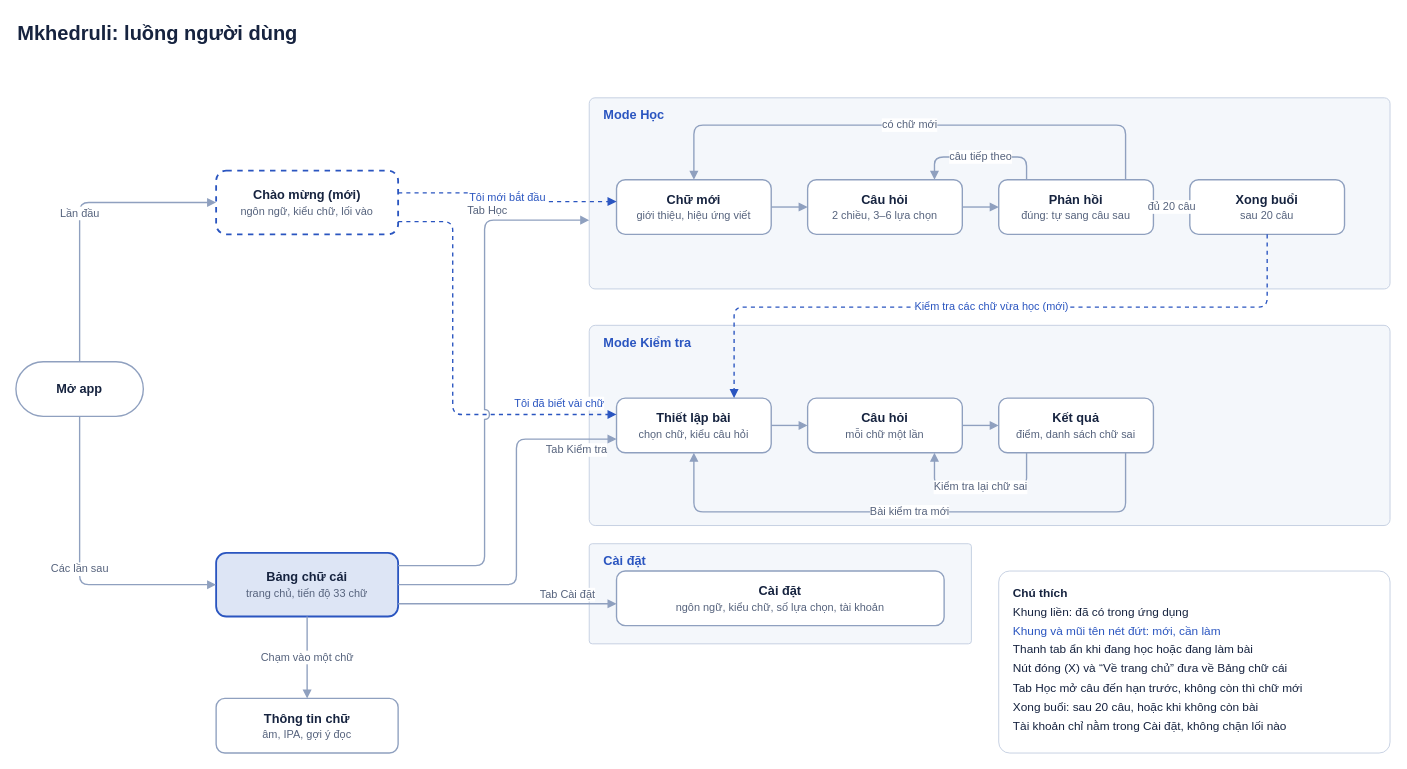
The draw.io diagram docs/user-flow.drawio in tant/anbani, before the edit. Source tidied: cells renumbered, new cells numbered last; positions are measured from the earlier drawing's top-left corner, leaving out a move shared by most shapes. Both pictures are drawn from the tidied source at 91%, with x=0, y=0 at pixel (15, 15).
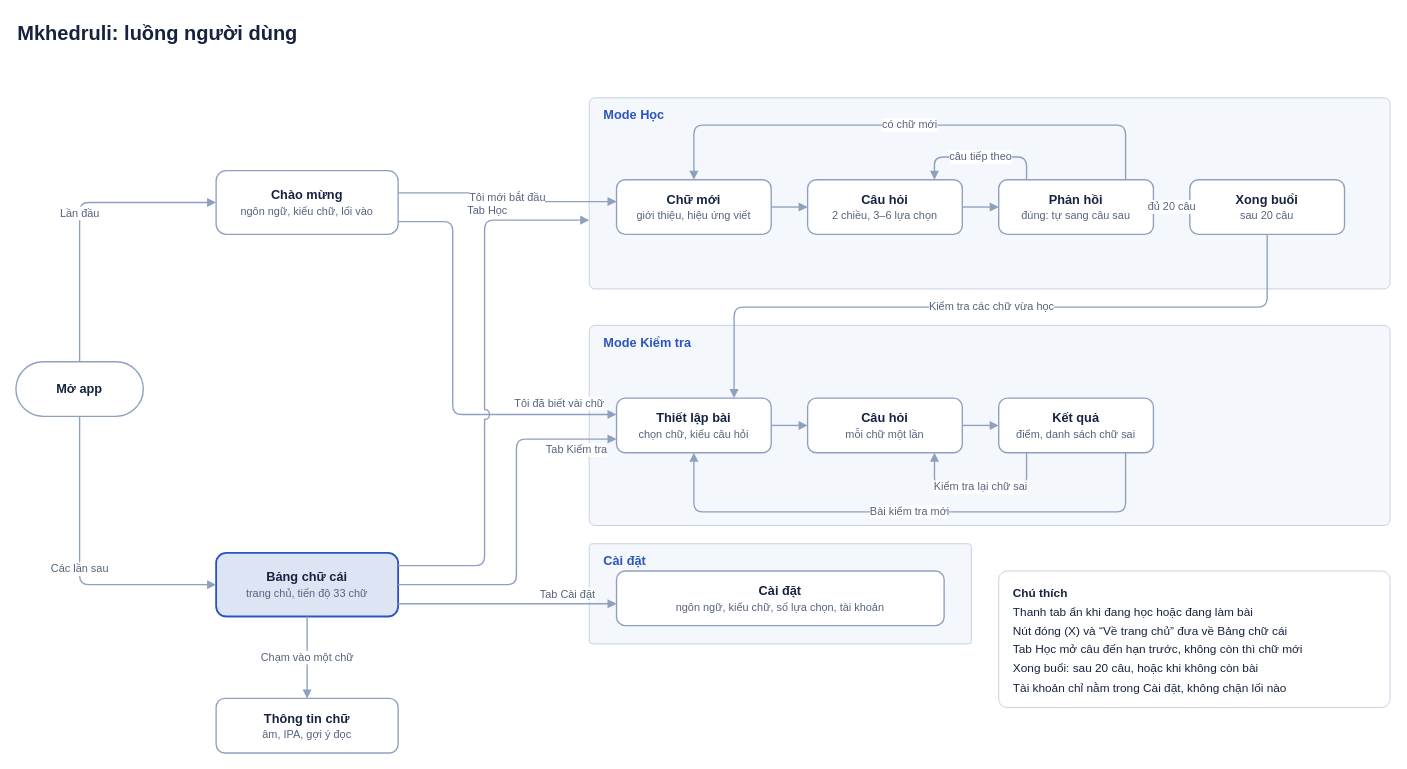
Above is the later version.

The change refers to these unchanged cells:
```xml
<mxCell id="10" value="&lt;b&gt;Chữ mới&lt;/b&gt;&lt;br&gt;&lt;font color=&quot;#56637d&quot; style=&quot;font-size:12px&quot;&gt;giới thiệu, hiệu ứng viết&lt;/font&gt;" style="rounded=1;whiteSpace=wrap;html=1;fillColor=#ffffff;strokeColor=#8fa0bf;strokeWidth=1.5;fontFamily=Helvetica;fontSize=14;fontColor=#16233f;arcSize=16;" parent="1" vertex="1">
  <mxGeometry x="660" y="180" width="170" height="60" as="geometry" />
</mxCell>
<mxCell id="13" value="&lt;b&gt;Xong buổi&lt;/b&gt;&lt;br&gt;&lt;font color=&quot;#56637d&quot; style=&quot;font-size:12px&quot;&gt;sau 20 câu&lt;/font&gt;" style="rounded=1;whiteSpace=wrap;html=1;fillColor=#ffffff;strokeColor=#8fa0bf;strokeWidth=1.5;fontFamily=Helvetica;fontSize=14;fontColor=#16233f;arcSize=16;" parent="1" vertex="1">
  <mxGeometry x="1290" y="180" width="170" height="60" as="geometry" />
</mxCell>
<mxCell id="14" value="&lt;b&gt;Thiết lập bài&lt;/b&gt;&lt;br&gt;&lt;font color=&quot;#56637d&quot; style=&quot;font-size:12px&quot;&gt;chọn chữ, kiểu câu hỏi&lt;/font&gt;" style="rounded=1;whiteSpace=wrap;html=1;fillColor=#ffffff;strokeColor=#8fa0bf;strokeWidth=1.5;fontFamily=Helvetica;fontSize=14;fontColor=#16233f;arcSize=16;" parent="1" vertex="1">
  <mxGeometry x="660" y="420" width="170" height="60" as="geometry" />
</mxCell>
```

Diff of the diagram source:
```diff
@@
-    <mxCell id="7" value="&lt;b&gt;Chào mừng (mới)&lt;/b&gt;&lt;br&gt;&lt;font color=&quot;#56637d&quot; style=&quot;font-size:12px&quot;&gt;ngôn ngữ, kiểu chữ, lối vào&lt;/font&gt;" style="rounded=1;whiteSpace=wrap;html=1;fillColor=#ffffff;strokeColor=#8fa0bf;strokeWidth=1.5;fontFamily=Helvetica;fontSize=14;fontColor=#16233f;arcSize=16;dashed=1;strokeColor=#2a55c0;strokeWidth=2;" parent="1" vertex="1">
+    <mxCell id="7" value="&lt;b&gt;Chào mừng&lt;/b&gt;&lt;br&gt;&lt;font color=&quot;#56637d&quot; style=&quot;font-size:12px&quot;&gt;ngôn ngữ, kiểu chữ, lối vào&lt;/font&gt;" style="rounded=1;whiteSpace=wrap;html=1;fillColor=#ffffff;strokeColor=#8fa0bf;strokeWidth=1.5;fontFamily=Helvetica;fontSize=14;fontColor=#16233f;arcSize=16;strokeColor=#8fa0bf;strokeWidth=1.5;" parent="1" vertex="1">
       <mxGeometry x="220" y="170" width="200" height="70" as="geometry" />
     </mxCell>
@@
-    <mxCell id="20" value="Tôi mới bắt đầu" style="edgeStyle=orthogonalEdgeStyle;rounded=1;html=1;strokeColor=#8fa0bf;strokeWidth=1.5;fontSize=12;fontColor=#56637d;fontFamily=Helvetica;endArrow=block;endFill=1;labelBackgroundColor=#ffffff;jumpStyle=arc;jumpSize=10;strokeColor=#2a55c0;dashed=1;fontColor=#2a55c0;exitX=1;exitY=0.35;exitDx=0;exitDy=0;entryX=0;entryY=0.4;entryDx=0;entryDy=0;" parent="1" edge="1" source="7" target="10">
+    <mxCell id="20" value="Tôi mới bắt đầu" style="edgeStyle=orthogonalEdgeStyle;rounded=1;html=1;strokeColor=#8fa0bf;strokeWidth=1.5;fontSize=12;fontColor=#56637d;fontFamily=Helvetica;endArrow=block;endFill=1;labelBackgroundColor=#ffffff;jumpStyle=arc;jumpSize=10;exitX=1;exitY=0.35;exitDx=0;exitDy=0;entryX=0;entryY=0.4;entryDx=0;entryDy=0;" parent="1" edge="1" source="7" target="10">
       <mxGeometry relative="1" as="geometry" />
     </mxCell>
-    <mxCell id="21" value="Tôi đã biết vài chữ" style="edgeStyle=orthogonalEdgeStyle;rounded=1;html=1;strokeColor=#8fa0bf;strokeWidth=1.5;fontSize=12;fontColor=#56637d;fontFamily=Helvetica;endArrow=block;endFill=1;labelBackgroundColor=#ffffff;jumpStyle=arc;jumpSize=10;strokeColor=#2a55c0;dashed=1;fontColor=#2a55c0;exitX=1;exitY=0.8;exitDx=0;exitDy=0;entryX=0;entryY=0.3;entryDx=0;entryDy=0;" parent="1" edge="1" source="7" target="14">
+    <mxCell id="21" value="Tôi đã biết vài chữ" style="edgeStyle=orthogonalEdgeStyle;rounded=1;html=1;strokeColor=#8fa0bf;strokeWidth=1.5;fontSize=12;fontColor=#56637d;fontFamily=Helvetica;endArrow=block;endFill=1;labelBackgroundColor=#ffffff;jumpStyle=arc;jumpSize=10;exitX=1;exitY=0.8;exitDx=0;exitDy=0;entryX=0;entryY=0.3;entryDx=0;entryDy=0;" parent="1" edge="1" source="7" target="14">
       <mxGeometry x="0.72" relative="1" as="geometry">
         <Array as="points">
           <mxPoint x="480" y="226" />
           <mxPoint x="480" y="438" />
         </Array>
         <mxPoint y="-12" as="offset" />
       </mxGeometry>
     </mxCell>
@@
-    <mxCell id="27" value="Kiểm tra các chữ vừa học (mới)" style="edgeStyle=orthogonalEdgeStyle;rounded=1;html=1;strokeColor=#8fa0bf;strokeWidth=1.5;fontSize=12;fontColor=#56637d;fontFamily=Helvetica;endArrow=block;endFill=1;labelBackgroundColor=#ffffff;jumpStyle=arc;jumpSize=10;strokeColor=#2a55c0;dashed=1;fontColor=#2a55c0;exitX=0.5;exitY=1;exitDx=0;exitDy=0;entryX=0.76;entryY=0;entryDx=0;entryDy=0;" parent="1" edge="1" source="13" target="14">
+    <mxCell id="27" value="Kiểm tra các chữ vừa học" style="edgeStyle=orthogonalEdgeStyle;rounded=1;html=1;strokeColor=#8fa0bf;strokeWidth=1.5;fontSize=12;fontColor=#56637d;fontFamily=Helvetica;endArrow=block;endFill=1;labelBackgroundColor=#ffffff;jumpStyle=arc;jumpSize=10;exitX=0.5;exitY=1;exitDx=0;exitDy=0;entryX=0.76;entryY=0;entryDx=0;entryDy=0;" parent="1" edge="1" source="13" target="14">
       <mxGeometry relative="1" as="geometry">
         <Array as="points">
           <mxPoint x="1375" y="320" />
           <mxPoint x="790" y="320" />
         </Array>
       </mxGeometry>
     </mxCell>
@@
-    <mxCell id="36" value="&lt;div style=&quot;text-align:left;font-size:13px;line-height:1.6&quot;&gt;&lt;b&gt;Chú thích&lt;/b&gt;&lt;br&gt;Khung liền: đã có trong ứng dụng&lt;br&gt;&lt;font color=&quot;#2a55c0&quot;&gt;Khung và mũi tên nét đứt: mới, cần làm&lt;/font&gt;&lt;br&gt;Thanh tab ẩn khi đang học hoặc đang làm bài&lt;br&gt;Nút đóng (X) và “Về trang chủ” đưa về Bảng chữ cái&lt;br&gt;Tab Học mở câu đến hạn trước, không còn thì chữ mới&lt;br&gt;Xong buổi: sau 20 câu, hoặc khi không còn bài&lt;br&gt;Tài khoản chỉ nằm trong Cài đặt, không chặn lối nào&lt;/div&gt;" style="rounded=1;whiteSpace=wrap;html=1;fillColor=#ffffff;strokeColor=#c3cee0;align=left;verticalAlign=top;spacingLeft=14;spacingTop=8;fontFamily=Helvetica;fontColor=#16233f;arcSize=6;" parent="1" vertex="1">
-      <mxGeometry x="1080" y="610" width="430" height="200" as="geometry" />
+    <mxCell id="36" value="&lt;div style=&quot;text-align:left;font-size:13px;line-height:1.6&quot;&gt;&lt;b&gt;Chú thích&lt;/b&gt;&lt;br&gt;Thanh tab ẩn khi đang học hoặc đang làm bài&lt;br&gt;Nút đóng (X) và “Về trang chủ” đưa về Bảng chữ cái&lt;br&gt;Tab Học mở câu đến hạn trước, không còn thì chữ mới&lt;br&gt;Xong buổi: sau 20 câu, hoặc khi không còn bài&lt;br&gt;Tài khoản chỉ nằm trong Cài đặt, không chặn lối nào&lt;/div&gt;" style="rounded=1;whiteSpace=wrap;html=1;fillColor=#ffffff;strokeColor=#c3cee0;align=left;verticalAlign=top;spacingLeft=14;spacingTop=8;fontFamily=Helvetica;fontColor=#16233f;arcSize=6;" parent="1" vertex="1">
+      <mxGeometry x="1080" y="610" width="430" height="150" as="geometry" />
     </mxCell>
```
